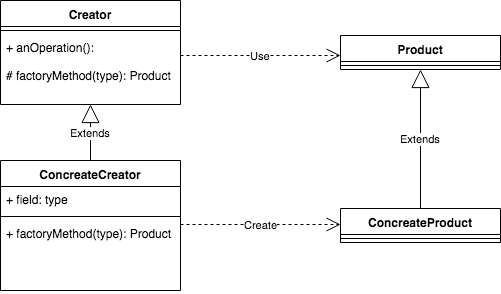
Earlier version of the draw.io export factory_method/overview.png (mappymappy/go_design_pattern). Source tidied: cells renumbered, new cells last; positions are measured from the earlier drawing's top-left corner, leaving out a move shared by most shapes. The source it was exported from:
```xml
<mxGraphModel>
  <root>
    <mxCell id="0" />
    <mxCell id="1" parent="0" />
    <mxCell id="2" value="Creator" style="swimlane;fontStyle=1;align=center;verticalAlign=top;horizontal=1;startSize=26;" parent="1" vertex="1">
      <mxGeometry width="180" height="104" as="geometry" />
    </mxCell>
    <mxCell id="3" style="line;strokeWidth=1;fillColor=none;align=left;verticalAlign=middle;spacingTop=-1;spacingLeft=3;spacingRight=3;labelPosition=right;" parent="2" vertex="1">
      <mxGeometry y="26" width="180" height="8" as="geometry" />
    </mxCell>
    <mxCell id="4" value="+ anOperation(): &#10;&#10;# factoryMethod(type): Product" style="text;strokeColor=none;fillColor=none;align=left;verticalAlign=top;spacingLeft=4;spacingRight=4;overflow=hidden;points=[[0,0.5],[1,0.5]];portConstraint=eastwest;" parent="2" vertex="1">
      <mxGeometry y="34" width="180" height="70" as="geometry" />
    </mxCell>
    <mxCell id="5" value="Product" style="swimlane;fontStyle=1;align=center;verticalAlign=top;horizontal=1;startSize=26;" parent="1" vertex="1">
      <mxGeometry x="340" y="35" width="160" height="34" as="geometry" />
    </mxCell>
    <mxCell id="6" style="line;strokeWidth=1;fillColor=none;align=left;verticalAlign=middle;spacingTop=-1;spacingLeft=3;spacingRight=3;labelPosition=right;" parent="5" vertex="1">
      <mxGeometry y="26" width="160" height="8" as="geometry" />
    </mxCell>
    <mxCell id="7" value="ConcreateCreator" style="swimlane;fontStyle=1;align=center;verticalAlign=top;horizontal=1;startSize=26;" parent="1" vertex="1">
      <mxGeometry y="160" width="180" height="130" as="geometry" />
    </mxCell>
    <mxCell id="8" value="+ field: type" style="text;strokeColor=none;fillColor=none;align=left;verticalAlign=top;spacingLeft=4;spacingRight=4;overflow=hidden;" parent="7" vertex="1">
      <mxGeometry y="26" width="180" height="26" as="geometry" />
    </mxCell>
    <mxCell id="9" style="line;strokeWidth=1;fillColor=none;align=left;verticalAlign=middle;spacingTop=-1;spacingLeft=3;spacingRight=3;labelPosition=right;" parent="7" vertex="1">
      <mxGeometry y="52" width="180" height="8" as="geometry" />
    </mxCell>
    <mxCell id="10" value="+ factoryMethod(type): Product&#10;" style="text;strokeColor=none;fillColor=none;align=left;verticalAlign=top;spacingLeft=4;spacingRight=4;overflow=hidden;" parent="7" vertex="1">
      <mxGeometry y="60" width="180" height="70" as="geometry" />
    </mxCell>
    <mxCell id="11" value="ConcreateProduct" style="swimlane;fontStyle=1;align=center;verticalAlign=top;horizontal=1;startSize=26;" parent="1" vertex="1">
      <mxGeometry x="340" y="208" width="160" height="34" as="geometry" />
    </mxCell>
    <mxCell id="12" style="line;strokeWidth=1;fillColor=none;align=left;verticalAlign=middle;spacingTop=-1;spacingLeft=3;spacingRight=3;labelPosition=right;" parent="11" vertex="1">
      <mxGeometry y="26" width="160" height="8" as="geometry" />
    </mxCell>
    <mxCell id="13" value="Use" style="endArrow=open;endSize=12;dashed=1;html=1;" parent="1" edge="1">
      <mxGeometry relative="1" as="geometry">
        <mxPoint x="180" y="55" as="sourcePoint" />
        <mxPoint x="340" y="55" as="targetPoint" />
      </mxGeometry>
    </mxCell>
    <mxCell id="14" value="Create" style="endArrow=open;endSize=12;dashed=1;html=1;" parent="1" edge="1">
      <mxGeometry relative="1" as="geometry">
        <mxPoint x="180" y="224" as="sourcePoint" />
        <mxPoint x="340" y="224" as="targetPoint" />
      </mxGeometry>
    </mxCell>
    <mxCell id="15" value="Extends" style="endArrow=block;endSize=16;endFill=0;html=1;exitX=0.5;exitY=0;exitDx=0;exitDy=0;" parent="1" edge="1" source="7" target="4">
      <mxGeometry relative="1" as="geometry" />
    </mxCell>
    <mxCell id="16" value="Extends" style="endArrow=block;endSize=16;endFill=0;html=1;entryX=0.5;entryY=1;entryDx=0;entryDy=0;exitX=0.5;exitY=0;exitDx=0;exitDy=0;" parent="1" edge="1" source="11" target="5">
      <mxGeometry relative="1" as="geometry" />
    </mxCell>
  </root>
</mxGraphModel>
```
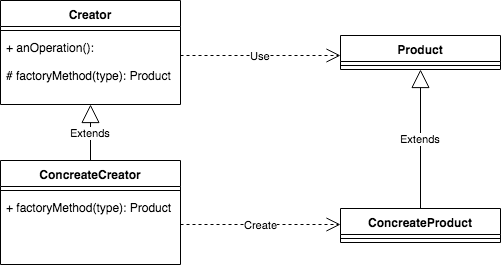
Later version of the same file.

The edit, as a diff of the source:
```diff
@@ -18,16 +18,13 @@
       <mxGeometry y="26" width="160" height="8" as="geometry" />
     </mxCell>
     <mxCell id="7" value="ConcreateCreator" style="swimlane;fontStyle=1;align=center;verticalAlign=top;horizontal=1;startSize=26;" parent="1" vertex="1">
-      <mxGeometry y="160" width="180" height="130" as="geometry" />
+      <mxGeometry y="160" width="180" height="104" as="geometry" />
     </mxCell>
-    <mxCell id="8" value="+ field: type" style="text;strokeColor=none;fillColor=none;align=left;verticalAlign=top;spacingLeft=4;spacingRight=4;overflow=hidden;" parent="7" vertex="1">
-      <mxGeometry y="26" width="180" height="26" as="geometry" />
-    </mxCell>
     <mxCell id="9" style="line;strokeWidth=1;fillColor=none;align=left;verticalAlign=middle;spacingTop=-1;spacingLeft=3;spacingRight=3;labelPosition=right;" parent="7" vertex="1">
-      <mxGeometry y="52" width="180" height="8" as="geometry" />
+      <mxGeometry y="26" width="180" height="8" as="geometry" />
     </mxCell>
     <mxCell id="10" value="+ factoryMethod(type): Product&#10;" style="text;strokeColor=none;fillColor=none;align=left;verticalAlign=top;spacingLeft=4;spacingRight=4;overflow=hidden;" parent="7" vertex="1">
-      <mxGeometry y="60" width="180" height="70" as="geometry" />
+      <mxGeometry y="34" width="180" height="70" as="geometry" />
     </mxCell>
     <mxCell id="11" value="ConcreateProduct" style="swimlane;fontStyle=1;align=center;verticalAlign=top;horizontal=1;startSize=26;" parent="1" vertex="1">
       <mxGeometry x="340" y="208" width="160" height="34" as="geometry" />
```
